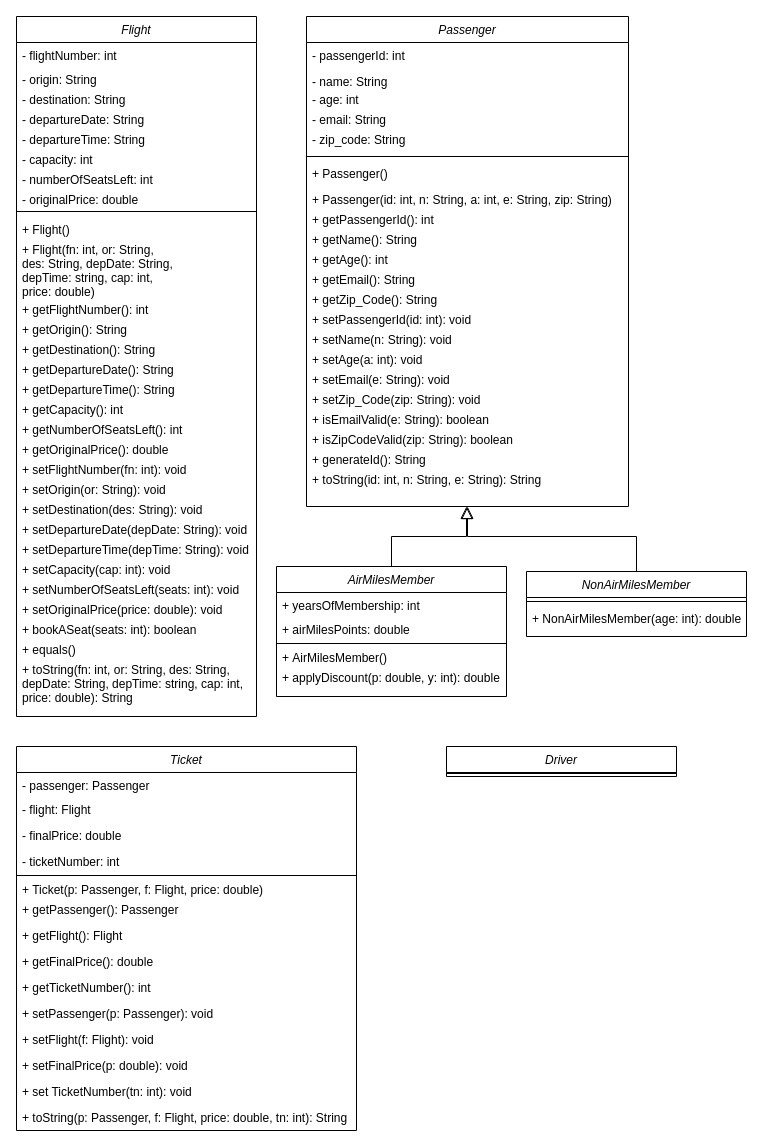
Earlier version of the draw.io diagram Untitled Diagram.drawio (yumvinegar/ProgrammingProject). Source tidied: cells renumbered, new cells numbered last; positions are measured from the earlier drawing's top-left corner, leaving out a move shared by most shapes. Both pictures are drawn from the tidied source at 100%, with x=0, y=0 at pixel (16, 16).
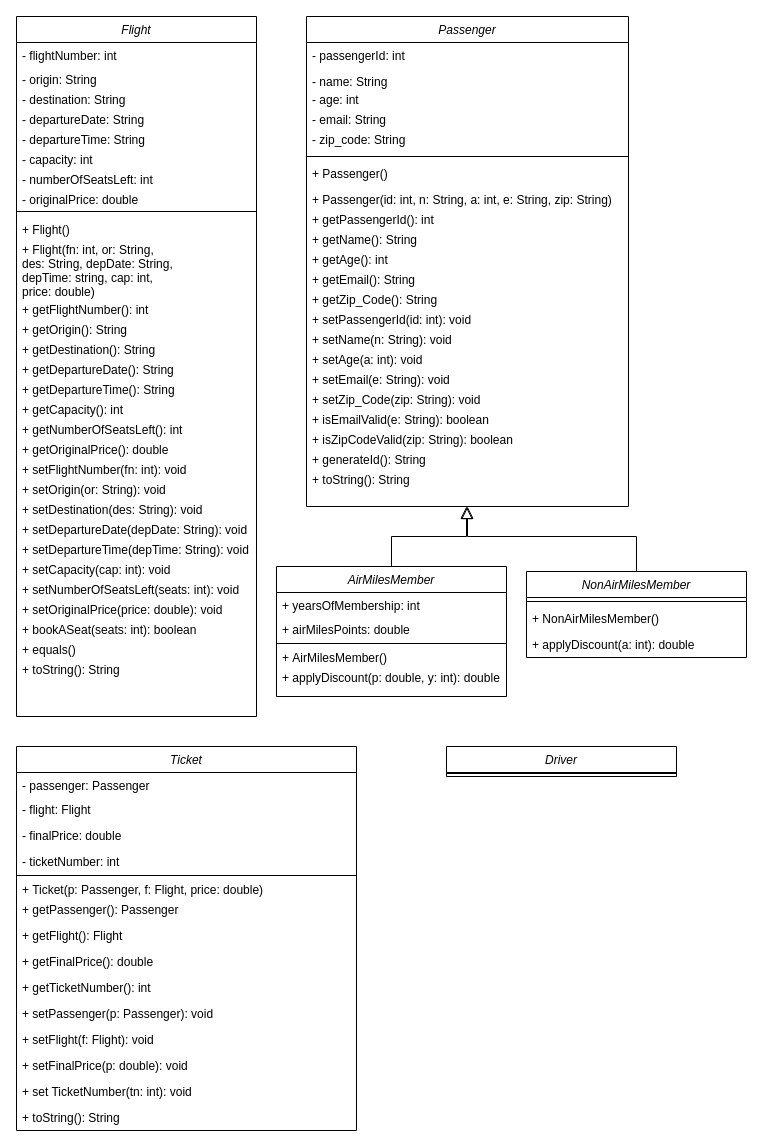
Above is the later version.

The change refers to these unchanged cells:
```xml
<mxCell id="2" value="Flight" style="swimlane;fontStyle=2;align=center;verticalAlign=top;horizontal=1;startSize=26;rounded=0;shadow=0;strokeWidth=1;" parent="1" vertex="1">
  <mxGeometry width="240" height="700" as="geometry" />
</mxCell>
<mxCell id="44" value="Passenger" style="swimlane;fontStyle=2;align=center;verticalAlign=top;horizontal=1;startSize=26;rounded=0;shadow=0;strokeWidth=1;" parent="1" vertex="1">
  <mxGeometry x="290" width="322" height="490" as="geometry" />
</mxCell>
<mxCell id="67" value="Ticket" style="swimlane;fontStyle=2;align=center;verticalAlign=top;horizontal=1;startSize=26;rounded=0;shadow=0;strokeWidth=1;" parent="1" vertex="1">
  <mxGeometry y="730" width="340" height="384" as="geometry" />
</mxCell>
```

Change to the diagram source:
```diff
@@
-    <mxCell id="32" value="+ toString(fn: int, or: String, des: String, &#10;depDate: String, depTime: string, cap: int,&#10;price: double): String" style="text;align=left;verticalAlign=top;spacingLeft=4;spacingRight=4;overflow=hidden;" parent="2" vertex="1">
+    <mxCell id="32" value="+ toString(): String" style="text;align=left;verticalAlign=top;spacingLeft=4;spacingRight=4;overflow=hidden;" parent="2" vertex="1">
       <mxGeometry y="640" width="240" height="60" as="geometry" />
     </mxCell>
     <mxCell id="33" value="NonAirMilesMember" style="swimlane;fontStyle=2;align=center;verticalAlign=top;horizontal=1;startSize=26;rounded=0;shadow=0;strokeWidth=1;" parent="1" vertex="1">
-      <mxGeometry x="510" y="555" width="220" height="65" as="geometry" />
+      <mxGeometry x="510" y="555" width="220" height="86" as="geometry" />
     </mxCell>
@@
-    <mxCell id="35" value="+ NonAirMilesMember(age: int): double" style="text;align=left;verticalAlign=top;spacingLeft=4;spacingRight=4;overflow=hidden;" parent="33" vertex="1">
+    <mxCell id="35" value="+ NonAirMilesMember()" style="text;align=left;verticalAlign=top;spacingLeft=4;spacingRight=4;overflow=hidden;" parent="33" vertex="1">
       <mxGeometry y="34" width="220" height="26" as="geometry" />
     </mxCell>
+    <mxCell id="85" value="+ applyDiscount(a: int): double" style="text;align=left;verticalAlign=top;spacingLeft=4;spacingRight=4;overflow=hidden;" parent="33" vertex="1">
+      <mxGeometry y="60" width="220" height="26" as="geometry" />
+    </mxCell>
@@
-    <mxCell id="66" value="+ toString(id: int, n: String, e: String): String" style="text;align=left;verticalAlign=top;spacingLeft=4;spacingRight=4;overflow=hidden;" parent="44" vertex="1">
+    <mxCell id="66" value="+ toString(): String" style="text;align=left;verticalAlign=top;spacingLeft=4;spacingRight=4;overflow=hidden;" parent="44" vertex="1">
       <mxGeometry y="450" width="322" height="30" as="geometry" />
     </mxCell>
@@
-    <mxCell id="82" value="+ toString(p: Passenger, f: Flight, price: double, tn: int): String" style="text;align=left;verticalAlign=top;spacingLeft=4;spacingRight=4;overflow=hidden;fontStyle=0;" parent="67" vertex="1">
+    <mxCell id="82" value="+ toString(): String" style="text;align=left;verticalAlign=top;spacingLeft=4;spacingRight=4;overflow=hidden;fontStyle=0;" parent="67" vertex="1">
       <mxGeometry y="358" width="340" height="26" as="geometry" />
     </mxCell>
```
